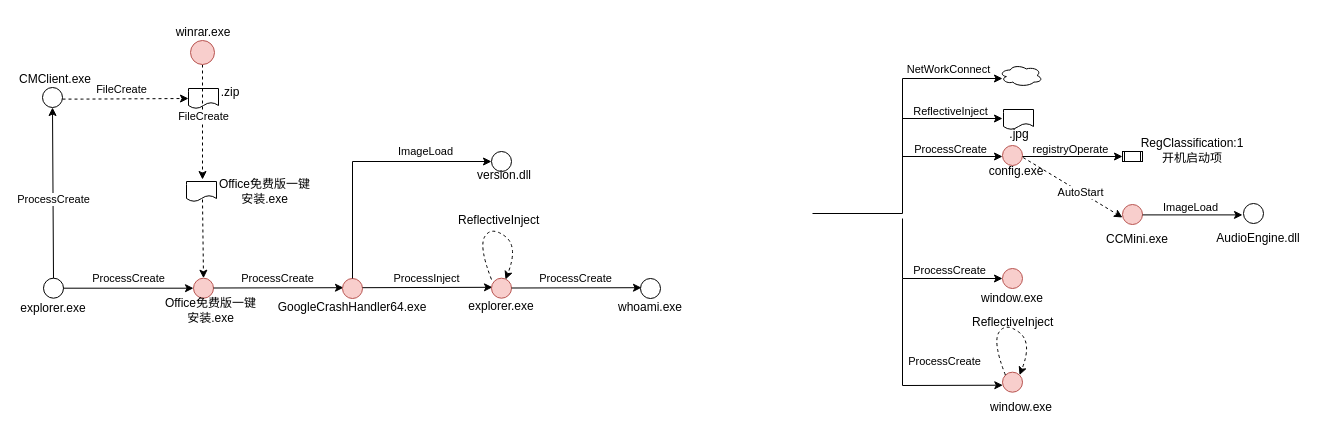
Earlier version of the draw.io diagram 银狐4.drawio (ernongxizhu/picture). Source tidied: cells renumbered, new cells numbered last; positions are measured from the earlier drawing's top-left corner, leaving out a move shared by most shapes. Both pictures are drawn from the tidied source at 100%, with x=0, y=0 at pixel (23, 17).
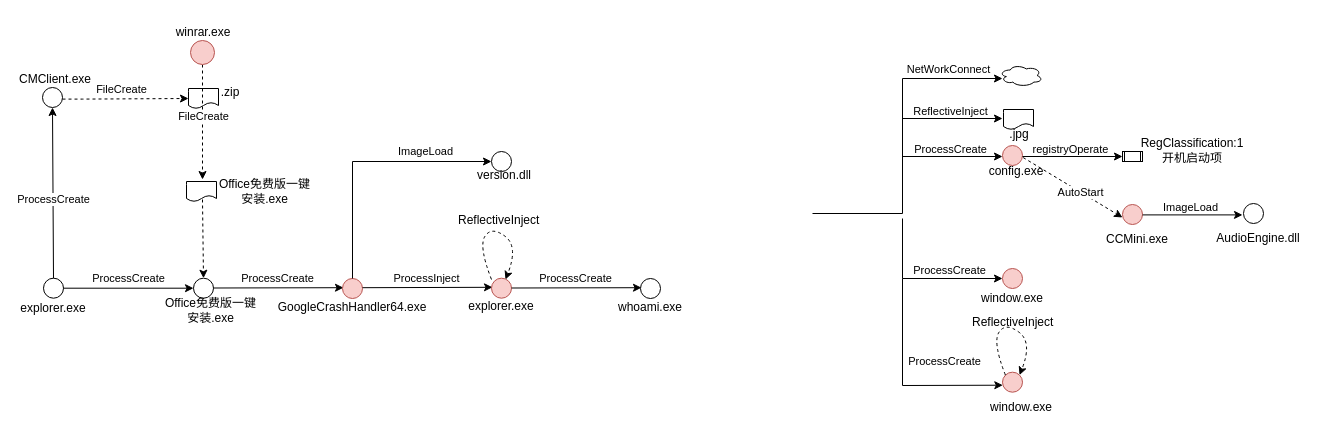
The same page after the edit.

Diff of the diagram source:
```diff
@@
-    <mxCell id="5" style="ellipse;whiteSpace=wrap;html=1;fillColor=#f8cecc;strokeColor=#b85450;" parent="1" vertex="1">
+    <mxCell id="5" style="ellipse;whiteSpace=wrap;html=1;" parent="1" vertex="1">
       <mxGeometry x="170" y="260.7" width="20" height="20" as="geometry" />
     </mxCell>
```
